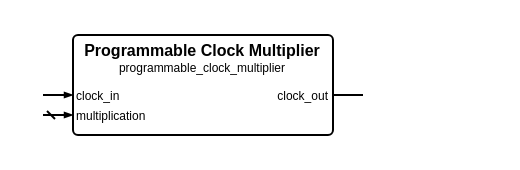
Above: sources/clock/programmable_clock_multiplier/programmable_clock_multiplier.symbol.drawio in Louis-DR/OmniCores-BuildingBlocks (draw.io), before the change. Source tidied: cells renumbered, new cells numbered last; positions are measured from the earlier drawing's top-left corner, leaving out a move shared by most shapes. Both pictures are drawn from the tidied source at 200%, with x=0, y=0 at pixel (42, 34).
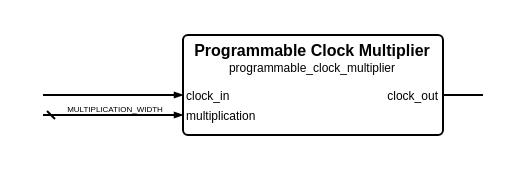
Above is the later version.

Change to the diagram source:
```diff
@@
 <mxGraphModel>
   <root>
     <mxCell id="0" />
     <mxCell id="1" parent="0" />
     <mxCell id="2" style="group;" parent="1" vertex="1">
-      <mxGeometry width="160" height="50" as="geometry" />
+      <mxGeometry width="220" height="50" as="geometry" />
     </mxCell>
     <mxCell id="3" style="rounded=1;arcSize=5;fillColor=none;strokeWidth=1;strokeColor=black;whiteSpace=wrap;html=1;" parent="2" vertex="1">
-      <mxGeometry x="15" width="130" height="50" as="geometry" />
+      <mxGeometry x="70" width="130" height="50" as="geometry" />
     </mxCell>
     <mxCell id="4" value="Programmable Clock Multiplier" style="text;html=1;align=center;verticalAlign=middle;whiteSpace=wrap;rounded=0;fontSize=8;fontStyle=1;fontColor=black;" parent="2" vertex="1">
-      <mxGeometry x="15" y="7" width="130" as="geometry" />
+      <mxGeometry x="70" y="7" width="130" as="geometry" />
     </mxCell>
     <mxCell id="5" value="programmable_clock_multiplier" style="text;html=1;align=center;verticalAlign=middle;whiteSpace=wrap;rounded=0;fontSize=6;fontStyle=0;fontColor=black;" parent="2" vertex="1">
-      <mxGeometry x="15" y="16" width="130" as="geometry" />
+      <mxGeometry x="70" y="16" width="130" as="geometry" />
     </mxCell>
     <mxCell id="6" value="clock_in" style="text;html=1;align=left;verticalAlign=middle;whiteSpace=wrap;rounded=0;fontSize=6;fontStyle=0;fontColor=black;" parent="2" vertex="1">
-      <mxGeometry x="15" y="30" width="130" as="geometry" />
+      <mxGeometry x="70" y="30" width="130" as="geometry" />
     </mxCell>
     <mxCell id="7" style="html=1;rounded=1;strokeWidth=1;strokeColor=black;startFill=0;startSize=2;startArrow=none;endFill=1;endSize=2;endArrow=blockThin;sourcePerimeterSpacing=0;" parent="2" edge="1">
       <mxGeometry relative="1" as="geometry">
         <mxPoint y="30" as="sourcePoint" />
-        <mxPoint x="15" y="30" as="targetPoint" />
+        <mxPoint x="70" y="30" as="targetPoint" />
       </mxGeometry>
     </mxCell>
     <mxCell id="8" value="clock_out" style="text;html=1;align=right;verticalAlign=middle;whiteSpace=wrap;rounded=0;fontSize=6;fontStyle=0;fontColor=black;" parent="2" vertex="1">
-      <mxGeometry x="15" y="30" width="130" as="geometry" />
+      <mxGeometry x="70" y="30" width="130" as="geometry" />
     </mxCell>
     <mxCell id="9" style="html=1;rounded=1;strokeWidth=1;strokeColor=black;startFill=0;startSize=2;startArrow=none;endFill=1;endSize=2;endArrow=none;sourcePerimeterSpacing=0;" parent="2" edge="1">
       <mxGeometry relative="1" as="geometry">
-        <mxPoint x="160" y="30" as="sourcePoint" />
-        <mxPoint x="145" y="30" as="targetPoint" />
+        <mxPoint x="220" y="30" as="sourcePoint" />
+        <mxPoint x="200" y="30" as="targetPoint" />
       </mxGeometry>
     </mxCell>
     <mxCell id="10" value="multiplication" style="text;html=1;align=left;verticalAlign=middle;whiteSpace=wrap;rounded=0;fontSize=6;fontStyle=0;fontColor=black;" parent="2" vertex="1">
-      <mxGeometry x="15" y="40" width="130" as="geometry" />
+      <mxGeometry x="70" y="40" width="130" as="geometry" />
     </mxCell>
     <mxCell id="11" style="html=1;rounded=1;strokeWidth=1;strokeColor=black;startFill=0;startSize=2;startArrow=dash;endFill=1;endSize=2;endArrow=blockThin;sourcePerimeterSpacing=0;" parent="2" edge="1">
       <mxGeometry relative="1" as="geometry">
         <mxPoint y="40" as="sourcePoint" />
-        <mxPoint x="15" y="40" as="targetPoint" />
+        <mxPoint x="70" y="40" as="targetPoint" />
       </mxGeometry>
     </mxCell>
+    <mxCell id="12" value="MULTIPLICATION_WIDTH" style="text;html=1;align=center;verticalAlign=middle;whiteSpace=nowrap;rounded=0;fontSize=4;fontStyle=0;fontColor=black;" parent="2" vertex="1">
+      <mxGeometry x="35" y="37" as="geometry" />
+    </mxCell>
   </root>
 </mxGraphModel>
```
